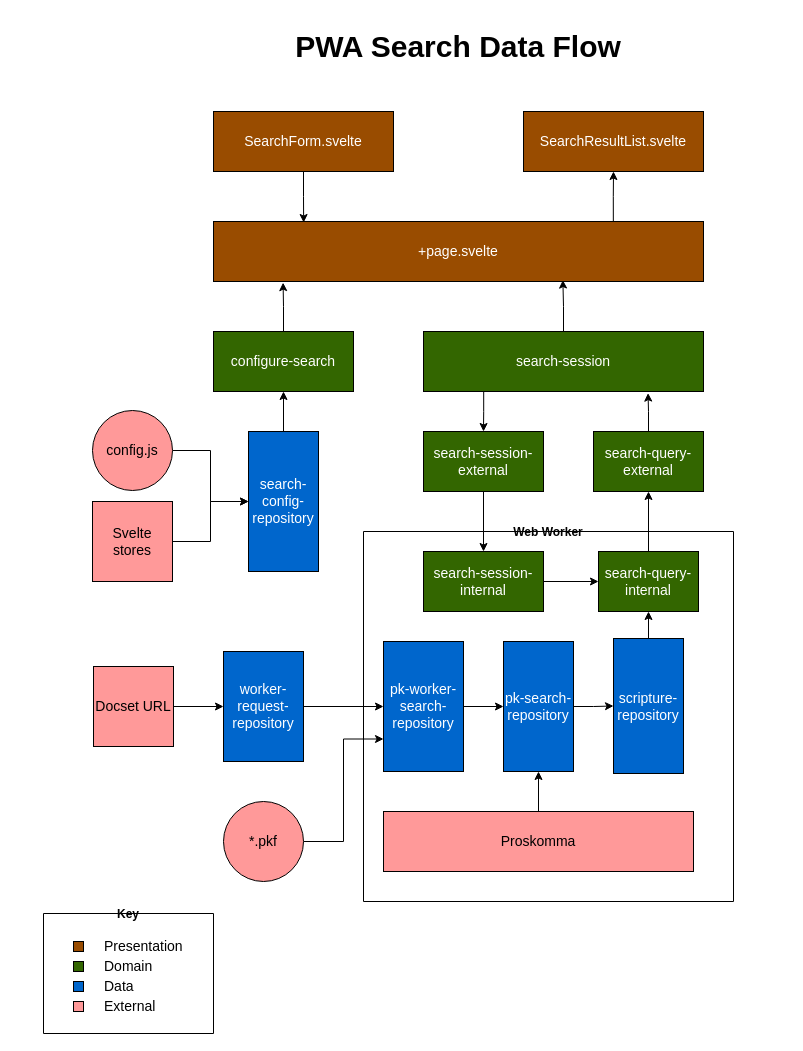
This is page "Data Flow" (2 of 2) of docs/search/pwa-search.drawio from sillsdev/appbuilder-pwa, a draw.io file, before an edit. Source tidied: cells renumbered, new cells numbered last; positions are measured from the earlier drawing's top-left corner, leaving out a move shared by most shapes. Both pictures are drawn from the tidied source at 100%, with x=0, y=0 at pixel (43, 33).
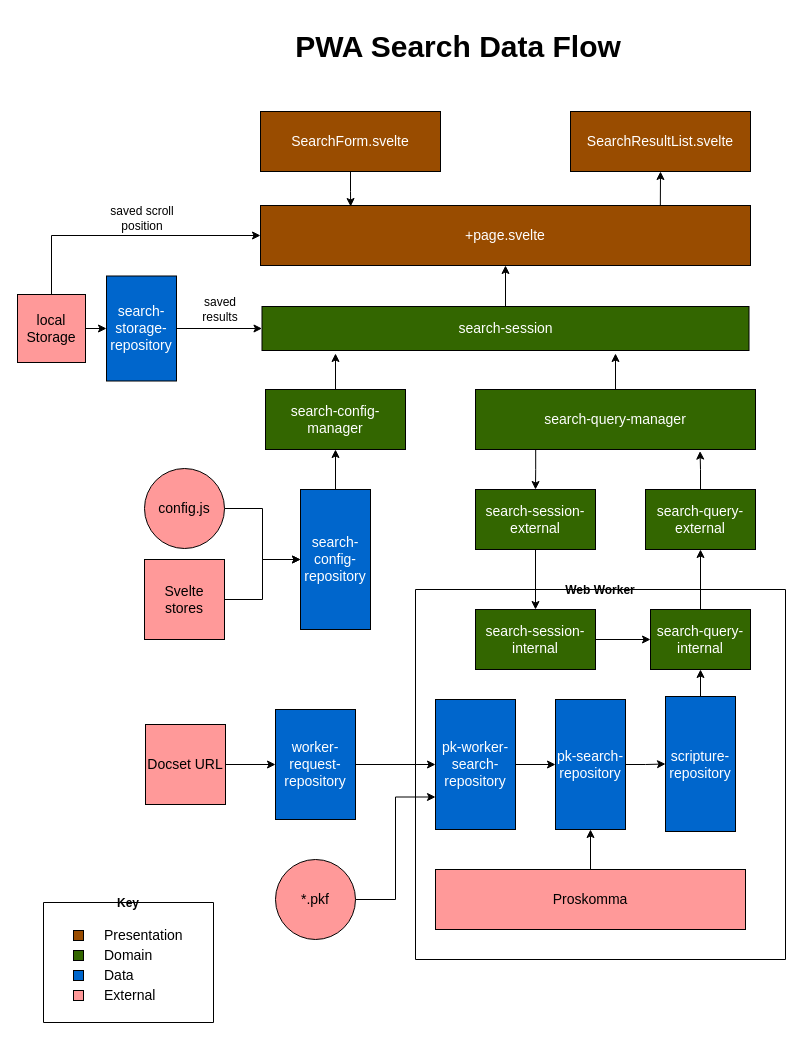
Above is the later version.

The edit, as a diff of the source:
```diff
@@
     <mxCell id="3" value="+page.svelte" style="rounded=0;whiteSpace=wrap;html=1;fillColor=#994C00;fontColor=#FFFFFF;fontSize=14;" parent="1" vertex="1">
-      <mxGeometry x="170" y="188" width="490" height="60" as="geometry" />
+      <mxGeometry x="217" y="172" width="490" height="60" as="geometry" />
     </mxCell>
@@
     <mxCell id="5" value="SearchForm.svelte" style="rounded=0;whiteSpace=wrap;html=1;fillColor=#994C00;fontColor=#FFFFFF;fontSize=14;" parent="1" vertex="1">
-      <mxGeometry x="170" y="78" width="180" height="60" as="geometry" />
+      <mxGeometry x="217" y="78" width="180" height="60" as="geometry" />
     </mxCell>
     <mxCell id="6" value="SearchResultList.svelte" style="rounded=0;whiteSpace=wrap;html=1;fillColor=#994C00;fontColor=#FFFFFF;fontSize=14;" parent="1" vertex="1">
-      <mxGeometry x="480" y="78" width="180" height="60" as="geometry" />
+      <mxGeometry x="527" y="78" width="180" height="60" as="geometry" />
     </mxCell>
-    <mxCell id="7" style="edgeStyle=orthogonalEdgeStyle;rounded=0;jettySize=auto;html=1;entryX=0.142;entryY=1.019;entryDx=0;entryDy=0;entryPerimeter=0;" parent="1" edge="1" source="8" target="3">
-      <mxGeometry relative="1" as="geometry" />
-    </mxCell>
-    <mxCell id="8" value="configure-search" style="rounded=0;whiteSpace=wrap;html=1;fillColor=#336600;fontColor=#FFFFFF;fontSize=14;" parent="1" vertex="1">
-      <mxGeometry x="170" y="298" width="140" height="60" as="geometry" />
-    </mxCell>
+    <mxCell id="51" style="edgeStyle=orthogonalEdgeStyle;rounded=0;jettySize=auto;html=1;exitX=0.5;exitY=0;exitDx=0;exitDy=0;" parent="1" edge="1" source="52">
+      <mxGeometry relative="1" as="geometry">
+        <mxPoint x="292" y="320" as="targetPoint" />
+      </mxGeometry>
+    </mxCell>
+    <mxCell id="52" value="search-config-manager" style="rounded=0;whiteSpace=wrap;html=1;fillColor=#336600;fontColor=#FFFFFF;fontSize=14;" parent="1" vertex="1">
+      <mxGeometry x="222" y="356" width="140" height="60" as="geometry" />
+    </mxCell>
@@
     <mxCell id="10" value="config.js" style="ellipse;whiteSpace=wrap;html=1;fillColor=#FF9999;fontSize=14;" parent="1" vertex="1">
-      <mxGeometry x="49" y="377" width="80" height="80" as="geometry" />
+      <mxGeometry x="101" y="435" width="80" height="80" as="geometry" />
     </mxCell>
-    <mxCell id="11" style="edgeStyle=orthogonalEdgeStyle;rounded=0;jettySize=auto;html=1;entryX=0.5;entryY=1;entryDx=0;entryDy=0;" parent="1" edge="1" source="12" target="8">
-      <mxGeometry relative="1" as="geometry" />
-    </mxCell>
+    <mxCell id="53" style="edgeStyle=orthogonalEdgeStyle;rounded=0;jettySize=auto;html=1;entryX=0.5;entryY=1;entryDx=0;entryDy=0;" parent="1" edge="1" source="12" target="52">
+      <mxGeometry relative="1" as="geometry" />
+    </mxCell>
     <mxCell id="12" value="search-config-repository" style="rounded=0;whiteSpace=wrap;html=1;fillColor=#0066CC;fontColor=#FFFFFF;fontSize=14;" parent="1" vertex="1">
-      <mxGeometry x="205" y="398" width="70" height="140" as="geometry" />
+      <mxGeometry x="257" y="456" width="70" height="140" as="geometry" />
     </mxCell>
@@
     <mxCell id="14" value="Svelte stores" style="whiteSpace=wrap;html=1;fillColor=#FF9999;fontSize=14;" parent="1" vertex="1">
-      <mxGeometry x="49" y="468" width="80" height="80" as="geometry" />
+      <mxGeometry x="101" y="526" width="80" height="80" as="geometry" />
     </mxCell>
-    <mxCell id="15" style="edgeStyle=orthogonalEdgeStyle;rounded=0;jettySize=auto;html=1;entryX=0.713;entryY=0.976;entryDx=0;entryDy=0;entryPerimeter=0;" parent="1" edge="1" source="17" target="3">
-      <mxGeometry relative="1" as="geometry" />
-    </mxCell>
-    <mxCell id="16" style="edgeStyle=orthogonalEdgeStyle;rounded=0;jettySize=auto;html=1;exitX=0.215;exitY=0.969;exitDx=0;exitDy=0;entryX=0.5;entryY=0;entryDx=0;entryDy=0;exitPerimeter=0;" parent="1" edge="1" source="17" target="19">
-      <mxGeometry relative="1" as="geometry" />
-    </mxCell>
-    <mxCell id="17" value="search-session" style="rounded=0;whiteSpace=wrap;html=1;fillColor=#336600;fontColor=#FFFFFF;fontSize=14;" parent="1" vertex="1">
-      <mxGeometry x="380" y="298" width="280" height="60" as="geometry" />
-    </mxCell>
+    <mxCell id="54" style="edgeStyle=orthogonalEdgeStyle;rounded=0;jettySize=auto;html=1;exitX=0.215;exitY=0.969;exitDx=0;exitDy=0;entryX=0.5;entryY=0;entryDx=0;entryDy=0;exitPerimeter=0;" parent="1" edge="1" source="56" target="19">
+      <mxGeometry relative="1" as="geometry" />
+    </mxCell>
+    <mxCell id="55" style="edgeStyle=orthogonalEdgeStyle;rounded=0;jettySize=auto;html=1;exitX=0.5;exitY=0;exitDx=0;exitDy=0;" parent="1" edge="1" source="56">
+      <mxGeometry relative="1" as="geometry">
+        <mxPoint x="572" y="320" as="targetPoint" />
+      </mxGeometry>
+    </mxCell>
+    <mxCell id="56" value="search-query-manager" style="rounded=0;whiteSpace=wrap;html=1;fillColor=#336600;fontColor=#FFFFFF;fontSize=14;" parent="1" vertex="1">
+      <mxGeometry x="432" y="356" width="280" height="60" as="geometry" />
+    </mxCell>
@@
     <mxCell id="19" value="search-session-external" style="rounded=0;whiteSpace=wrap;html=1;fillColor=#336600;fontColor=#FFFFFF;fontSize=14;" parent="1" vertex="1">
-      <mxGeometry x="380" y="398" width="120" height="60" as="geometry" />
+      <mxGeometry x="432" y="456" width="120" height="60" as="geometry" />
     </mxCell>
     <mxCell id="20" value="search-query-external" style="rounded=0;whiteSpace=wrap;html=1;fillColor=#336600;fontColor=#FFFFFF;fontSize=14;" parent="1" vertex="1">
-      <mxGeometry x="550" y="398" width="110" height="60" as="geometry" />
+      <mxGeometry x="602" y="456" width="110" height="60" as="geometry" />
     </mxCell>
     <mxCell id="21" value="Web Worker" style="swimlane;startSize=0;" parent="1" vertex="1">
-      <mxGeometry x="320" y="498" width="370" height="370" as="geometry" />
+      <mxGeometry x="372" y="556" width="370" height="370" as="geometry" />
     </mxCell>
@@
     <mxCell id="34" value="worker-request-repository" style="rounded=0;whiteSpace=wrap;html=1;fillColor=#0066CC;fontColor=#FFFFFF;fontSize=14;" parent="1" vertex="1">
-      <mxGeometry x="180" y="618" width="80" height="110" as="geometry" />
+      <mxGeometry x="232" y="676" width="80" height="110" as="geometry" />
     </mxCell>
@@
     <mxCell id="36" value="Docset URL" style="whiteSpace=wrap;html=1;fillColor=#FF9999;fontSize=14;" parent="1" vertex="1">
-      <mxGeometry x="50" y="633" width="80" height="80" as="geometry" />
+      <mxGeometry x="102" y="691" width="80" height="80" as="geometry" />
     </mxCell>
-    <mxCell id="37" style="edgeStyle=orthogonalEdgeStyle;rounded=0;jettySize=auto;html=1;entryX=0.802;entryY=1.027;entryDx=0;entryDy=0;entryPerimeter=0;" parent="1" edge="1" source="20" target="17">
-      <mxGeometry relative="1" as="geometry" />
-    </mxCell>
+    <mxCell id="57" style="edgeStyle=orthogonalEdgeStyle;rounded=0;jettySize=auto;html=1;entryX=0.802;entryY=1.027;entryDx=0;entryDy=0;entryPerimeter=0;" parent="1" edge="1" source="20" target="56">
+      <mxGeometry relative="1" as="geometry" />
+    </mxCell>
@@
     <mxCell id="40" value="*.pkf" style="ellipse;whiteSpace=wrap;html=1;fillColor=#FF9999;fontSize=14;" parent="1" vertex="1">
-      <mxGeometry x="180" y="768" width="80" height="80" as="geometry" />
+      <mxGeometry x="232" y="826" width="80" height="80" as="geometry" />
     </mxCell>
-    <mxCell id="41" style="whiteSpace=wrap;html=1;fillColor=#994C00;" parent="1" vertex="1">
-      <mxGeometry x="30" y="908" width="10" height="10" as="geometry" />
-    </mxCell>
-    <mxCell id="42" style="whiteSpace=wrap;html=1;fillColor=#336600;" parent="1" vertex="1">
-      <mxGeometry x="30" y="928" width="10" height="10" as="geometry" />
-    </mxCell>
-    <mxCell id="43" style="whiteSpace=wrap;html=1;fillColor=#0066CC;" parent="1" vertex="1">
-      <mxGeometry x="30" y="948" width="10" height="10" as="geometry" />
-    </mxCell>
-    <mxCell id="44" style="whiteSpace=wrap;html=1;fillColor=#FF9999;" parent="1" vertex="1">
-      <mxGeometry x="30" y="968" width="10" height="10" as="geometry" />
-    </mxCell>
+    <mxCell id="58" style="whiteSpace=wrap;html=1;fillColor=#994C00;" parent="1" vertex="1">
+      <mxGeometry x="30" y="897" width="10" height="10" as="geometry" />
+    </mxCell>
+    <mxCell id="59" style="whiteSpace=wrap;html=1;fillColor=#336600;" parent="1" vertex="1">
+      <mxGeometry x="30" y="917" width="10" height="10" as="geometry" />
+    </mxCell>
+    <mxCell id="60" style="whiteSpace=wrap;html=1;fillColor=#0066CC;" parent="1" vertex="1">
+      <mxGeometry x="30" y="937" width="10" height="10" as="geometry" />
+    </mxCell>
+    <mxCell id="61" style="whiteSpace=wrap;html=1;fillColor=#FF9999;" parent="1" vertex="1">
+      <mxGeometry x="30" y="957" width="10" height="10" as="geometry" />
+    </mxCell>
     <mxCell id="45" value="Presentation" style="text;strokeColor=none;align=left;fillColor=none;html=1;verticalAlign=middle;whiteSpace=wrap;rounded=0;fontSize=14;" parent="1" vertex="1">
-      <mxGeometry x="59" y="898" width="60" height="30" as="geometry" />
+      <mxGeometry x="59" y="887" width="60" height="30" as="geometry" />
     </mxCell>
     <mxCell id="46" value="Domain" style="text;strokeColor=none;align=left;fillColor=none;html=1;verticalAlign=middle;whiteSpace=wrap;rounded=0;fontSize=14;" parent="1" vertex="1">
-      <mxGeometry x="59" y="918" width="60" height="30" as="geometry" />
+      <mxGeometry x="59" y="907" width="60" height="30" as="geometry" />
     </mxCell>
     <mxCell id="47" value="Data" style="text;strokeColor=none;align=left;fillColor=none;html=1;verticalAlign=middle;whiteSpace=wrap;rounded=0;fontSize=14;" parent="1" vertex="1">
-      <mxGeometry x="59" y="938" width="60" height="30" as="geometry" />
+      <mxGeometry x="59" y="927" width="60" height="30" as="geometry" />
     </mxCell>
     <mxCell id="48" value="External" style="text;strokeColor=none;align=left;fillColor=none;html=1;verticalAlign=middle;whiteSpace=wrap;rounded=0;fontSize=14;" parent="1" vertex="1">
-      <mxGeometry x="59" y="958" width="60" height="30" as="geometry" />
+      <mxGeometry x="59" y="947" width="60" height="30" as="geometry" />
     </mxCell>
     <mxCell id="49" value="Key" style="swimlane;startSize=0;" parent="1" vertex="1">
-      <mxGeometry y="880" width="170" height="120" as="geometry" />
+      <mxGeometry y="869" width="170" height="120" as="geometry" />
     </mxCell>
@@
+    <mxCell id="15" style="edgeStyle=orthogonalEdgeStyle;rounded=0;jettySize=auto;html=1;exitX=0.5;exitY=0;exitDx=0;exitDy=0;entryX=0.5;entryY=1;entryDx=0;entryDy=0;" parent="1" edge="1" source="17" target="3">
+      <mxGeometry relative="1" as="geometry" />
+    </mxCell>
+    <mxCell id="17" value="search-session" style="rounded=0;whiteSpace=wrap;html=1;fillColor=#336600;fontColor=#FFFFFF;fontSize=14;" parent="1" vertex="1">
+      <mxGeometry x="218.5" y="273" width="487" height="44" as="geometry" />
+    </mxCell>
+    <mxCell id="62" style="edgeStyle=orthogonalEdgeStyle;rounded=0;jettySize=auto;html=1;exitX=1;exitY=0.5;exitDx=0;exitDy=0;" parent="1" edge="1" source="63" target="17">
+      <mxGeometry relative="1" as="geometry" />
+    </mxCell>
+    <mxCell id="63" value="search-storage-repository" style="rounded=0;whiteSpace=wrap;html=1;fillColor=#0066CC;fontColor=#FFFFFF;fontSize=14;" parent="1" vertex="1">
+      <mxGeometry x="63" y="242.5" width="70" height="105" as="geometry" />
+    </mxCell>
+    <mxCell id="64" style="edgeStyle=orthogonalEdgeStyle;rounded=0;jettySize=auto;html=1;exitX=1;exitY=0.5;exitDx=0;exitDy=0;entryX=0;entryY=0.5;entryDx=0;entryDy=0;" parent="1" edge="1" source="66" target="63">
+      <mxGeometry relative="1" as="geometry" />
+    </mxCell>
+    <mxCell id="65" style="edgeStyle=orthogonalEdgeStyle;rounded=0;jettySize=auto;html=1;exitX=0.5;exitY=0;exitDx=0;exitDy=0;entryX=0;entryY=0.5;entryDx=0;entryDy=0;" parent="1" edge="1" source="66" target="3">
+      <mxGeometry relative="1" as="geometry" />
+    </mxCell>
+    <mxCell id="66" value="local&lt;div&gt;Storage&lt;/div&gt;" style="whiteSpace=wrap;html=1;fillColor=#FF9999;fontSize=14;" parent="1" vertex="1">
+      <mxGeometry x="-26" y="261" width="68" height="68" as="geometry" />
+    </mxCell>
+    <mxCell id="67" value="saved&lt;div&gt;results&lt;/div&gt;" style="text;strokeColor=none;align=center;fillColor=none;html=1;verticalAlign=middle;whiteSpace=wrap;rounded=0;" parent="1" vertex="1">
+      <mxGeometry x="147" y="261" width="60" height="30" as="geometry" />
+    </mxCell>
+    <mxCell id="68" value="saved scroll position" style="text;strokeColor=none;align=center;fillColor=none;html=1;verticalAlign=middle;whiteSpace=wrap;rounded=0;" parent="1" vertex="1">
+      <mxGeometry x="51" y="170" width="96" height="30" as="geometry" />
+    </mxCell>
```
